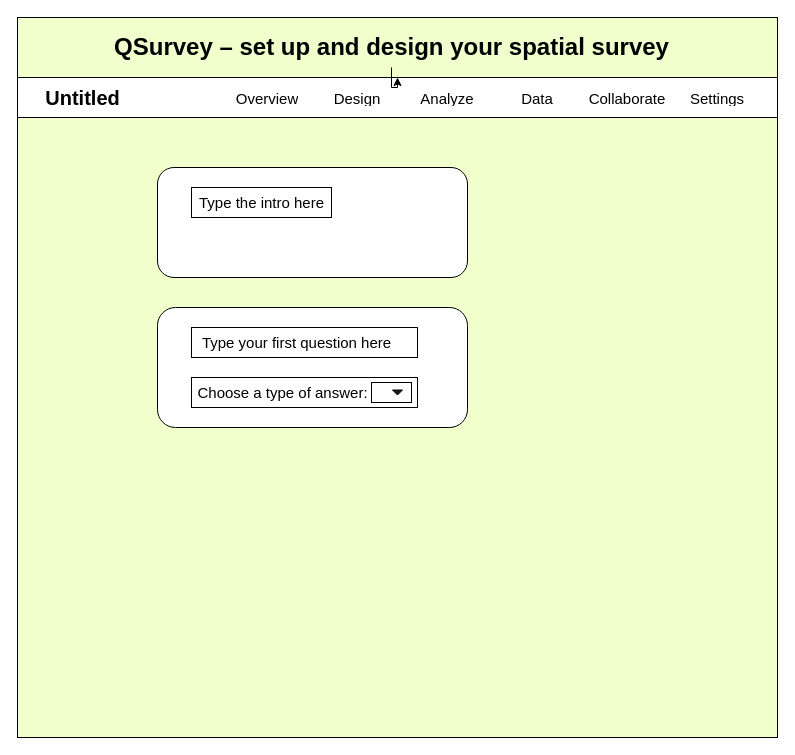
Above: QSurvey_wireframe_Toth.drawio in GISAdamToth/draw.io (draw.io), before the change. Source tidied: cells renumbered, new cells numbered last; positions are measured from the earlier drawing's top-left corner, leaving out a move shared by most shapes. Both pictures are drawn from the tidied source at 100%, with x=0, y=0 at pixel (17, 17).
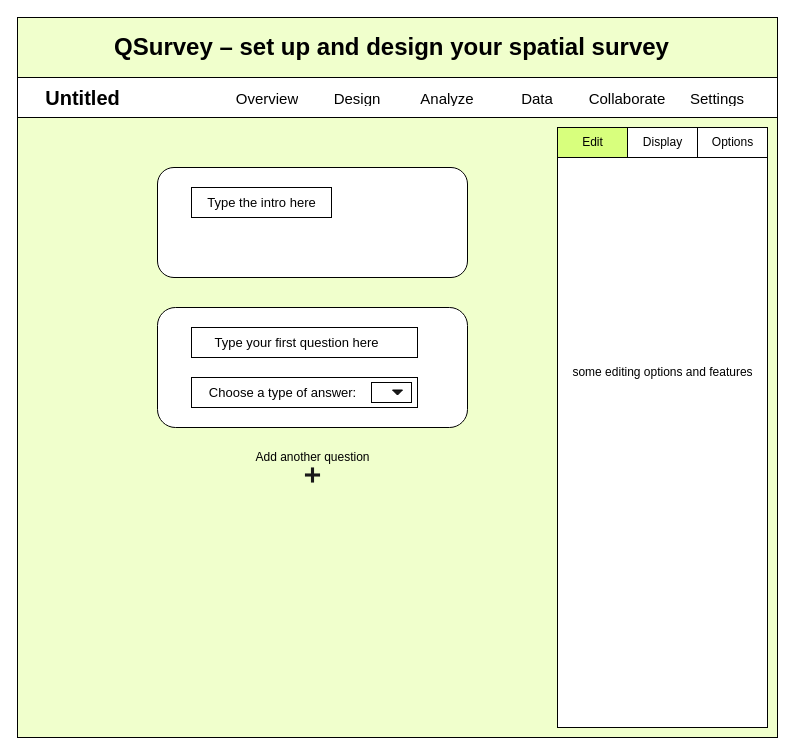
Above is the later version.

The change refers to these unchanged cells:
```xml
<mxCell id="7" style="rounded=0;whiteSpace=wrap;html=1;" parent="1" vertex="1">
  <mxGeometry y="60" width="760" height="40" as="geometry" />
</mxCell>
<mxCell id="9" value="&lt;div&gt;QSurvey – set up and design your spatial survey&lt;/div&gt;" style="text;strokeColor=none;fillColor=none;html=1;fontSize=24;fontStyle=1;verticalAlign=middle;align=center;" parent="1" vertex="1">
  <mxGeometry x="314" y="10" width="120" height="40" as="geometry" />
</mxCell>
```

The edit, as a diff of the source:
```diff
@@
-    <mxCell id="5" value="Type your first question here" style="text;html=1;align=center;verticalAlign=middle;fillColor=none;strokeColor=none;rounded=0;fontSize=15;" parent="1" vertex="1">
-      <mxGeometry x="174" y="310" width="210" height="30" as="geometry" />
+    <mxCell id="5" value="Type your first question here" style="text;html=1;align=center;verticalAlign=middle;fillColor=none;strokeColor=none;rounded=0;fontSize=13;" parent="1" vertex="1">
+      <mxGeometry x="184" y="310" width="190" height="30" as="geometry" />
     </mxCell>
@@
-    <mxCell id="8" style="edgeStyle=orthogonalEdgeStyle;rounded=0;jettySize=auto;html=1;" parent="1" edge="1" source="9" target="7">
-      <mxGeometry relative="1" as="geometry" />
-    </mxCell>
@@
-    <mxCell id="12" value="Type the intro here" style="text;html=1;align=center;verticalAlign=middle;fillColor=none;strokeColor=none;rounded=0;fontSize=15;" parent="1" vertex="1">
-      <mxGeometry x="174" y="170" width="140" height="30" as="geometry" />
+    <mxCell id="12" value="Type the intro here" style="text;html=1;align=center;verticalAlign=middle;fillColor=none;strokeColor=none;rounded=0;fontSize=13;" parent="1" vertex="1">
+      <mxGeometry x="179" y="170" width="130" height="30" as="geometry" />
     </mxCell>
+    <mxCell id="20" style="rounded=0;whiteSpace=wrap;html=1;fontSize=15;fillStyle=auto;" parent="1" vertex="1">
+      <mxGeometry x="174" y="360" width="226" height="30" as="geometry" />
+    </mxCell>
+    <mxCell id="21" value="Choose a type of answer:" style="text;html=1;align=center;verticalAlign=middle;fillColor=none;strokeColor=none;rounded=0;fillStyle=auto;fontSize=13;" parent="1" vertex="1">
+      <mxGeometry x="180" y="360" width="170" height="30" as="geometry" />
+    </mxCell>
+    <mxCell id="22" style="rounded=0;whiteSpace=wrap;html=1;fillStyle=auto;fontSize=15;" parent="1" vertex="1">
+      <mxGeometry x="354" y="365" width="40" height="20" as="geometry" />
+    </mxCell>
+    <mxCell id="23" style="triangle;whiteSpace=wrap;html=1;fillStyle=auto;fontSize=15;fillColor=#1A1A1A;direction=south;" parent="1" vertex="1">
+      <mxGeometry x="375" y="372.5" width="10" height="5" as="geometry" />
+    </mxCell>
@@
-    <mxCell id="20" style="rounded=0;whiteSpace=wrap;html=1;fontSize=15;fillStyle=auto;" parent="1" vertex="1">
-      <mxGeometry x="174" y="360" width="226" height="30" as="geometry" />
-    </mxCell>
-    <mxCell id="21" value="Choose a type of answer:" style="text;html=1;align=center;verticalAlign=middle;fillColor=none;strokeColor=none;rounded=0;fillStyle=auto;fontSize=15;" parent="1" vertex="1">
-      <mxGeometry x="170" y="360" width="190" height="30" as="geometry" />
-    </mxCell>
-    <mxCell id="22" style="rounded=0;whiteSpace=wrap;html=1;fillStyle=auto;fontSize=15;" parent="1" vertex="1">
-      <mxGeometry x="354" y="365" width="40" height="20" as="geometry" />
-    </mxCell>
-    <mxCell id="23" style="triangle;whiteSpace=wrap;html=1;fillStyle=auto;fontSize=15;fillColor=#1A1A1A;direction=south;" parent="1" vertex="1">
-      <mxGeometry x="375" y="372.5" width="10" height="5" as="geometry" />
-    </mxCell>
+    <mxCell id="24" style="shape=cross;whiteSpace=wrap;html=1;fillStyle=auto;fontSize=15;fillColor=#1A1A1A;perimeterSpacing=0;strokeWidth=0;" parent="1" vertex="1">
+      <mxGeometry x="287.5" y="450" width="15" height="15" as="geometry" />
+    </mxCell>
+    <mxCell id="25" value="Add another question" style="text;html=1;strokeColor=none;fillColor=none;align=center;verticalAlign=middle;whiteSpace=wrap;overflow=hidden;fillStyle=auto;strokeWidth=0;fontSize=12;" parent="1" vertex="1">
+      <mxGeometry x="218.5" y="430" width="153" height="20" as="geometry" />
+    </mxCell>
+    <mxCell id="26" style="rounded=0;whiteSpace=wrap;html=1;fillStyle=auto;strokeWidth=1;fontSize=12;" parent="1" vertex="1">
+      <mxGeometry x="540" y="110" width="210" height="600" as="geometry" />
+    </mxCell>
+    <mxCell id="27" style="rounded=0;whiteSpace=wrap;html=1;fillStyle=auto;strokeWidth=1;fontSize=12;fillColor=#D8FF7D;" parent="1" vertex="1">
+      <mxGeometry x="540" y="110" width="70" height="30" as="geometry" />
+    </mxCell>
+    <mxCell id="28" style="rounded=0;whiteSpace=wrap;html=1;fillStyle=auto;strokeWidth=1;fontSize=12;" parent="1" vertex="1">
+      <mxGeometry x="610" y="110" width="70" height="30" as="geometry" />
+    </mxCell>
+    <mxCell id="29" style="rounded=0;whiteSpace=wrap;html=1;fillStyle=auto;strokeWidth=1;fontSize=12;" parent="1" vertex="1">
+      <mxGeometry x="680" y="110" width="70" height="30" as="geometry" />
+    </mxCell>
+    <mxCell id="30" value="Edit" style="text;html=1;align=center;verticalAlign=middle;fillColor=none;strokeColor=none;rounded=0;fillStyle=auto;strokeWidth=1;fontSize=12;" parent="1" vertex="1">
+      <mxGeometry x="555" y="110" width="40" height="30" as="geometry" />
+    </mxCell>
+    <mxCell id="31" value="Display" style="text;html=1;align=center;verticalAlign=middle;fillColor=none;strokeColor=none;rounded=0;fillStyle=auto;strokeWidth=1;fontSize=12;" parent="1" vertex="1">
+      <mxGeometry x="615" y="110" width="60" height="30" as="geometry" />
+    </mxCell>
+    <mxCell id="32" value="Options" style="text;html=1;align=center;verticalAlign=middle;fillColor=none;strokeColor=none;rounded=0;fillStyle=auto;strokeWidth=1;fontSize=12;" parent="1" vertex="1">
+      <mxGeometry x="680" y="110" width="70" height="30" as="geometry" />
+    </mxCell>
+    <mxCell id="33" value="some editing options and features" style="text;html=1;align=center;verticalAlign=middle;fillColor=none;strokeColor=none;rounded=0;fillStyle=auto;strokeWidth=1;fontSize=12;" parent="1" vertex="1">
+      <mxGeometry x="540" y="340" width="210" height="30" as="geometry" />
+    </mxCell>
```
